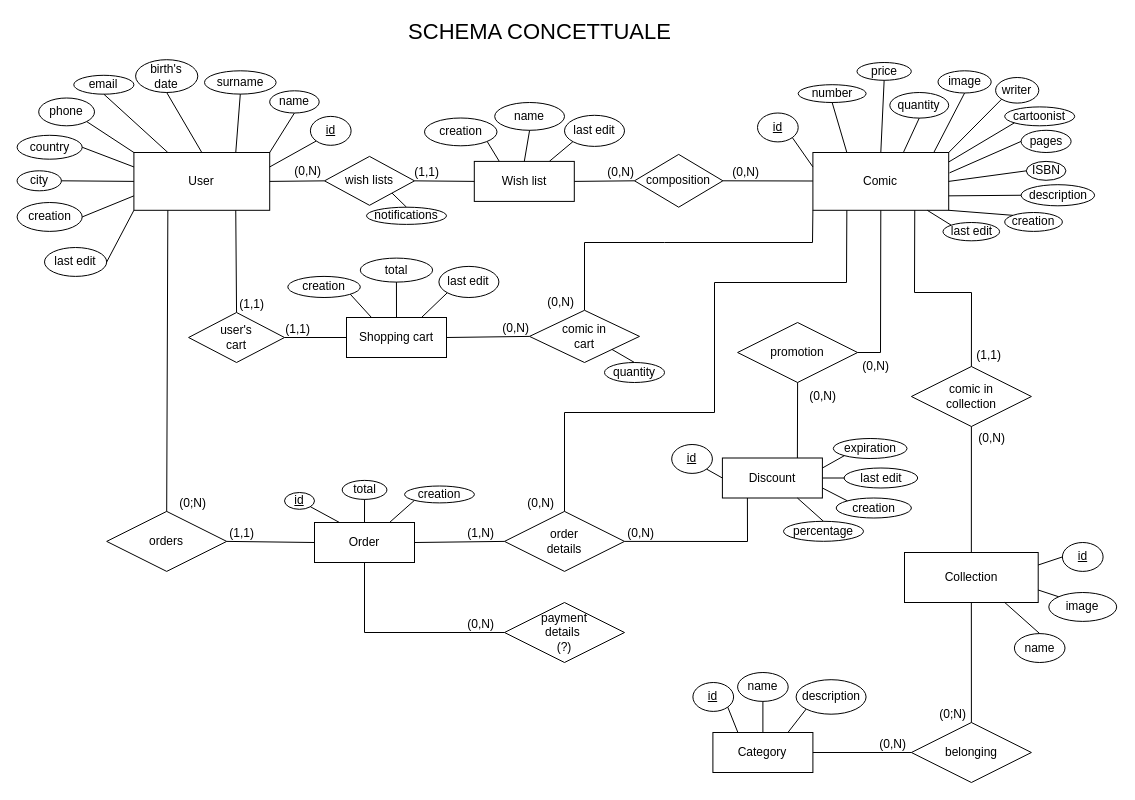
Above: doc/database/Comic_shop_ER_diagram.drawio in Enricods-i/Comics-Store-Backend (draw.io), before the change. Source tidied: cells renumbered, new cells numbered last; positions are measured from the earlier drawing's top-left corner, leaving out a move shared by most shapes. Both pictures are drawn from the tidied source at 100%, with x=0, y=0 at pixel (17, 17).
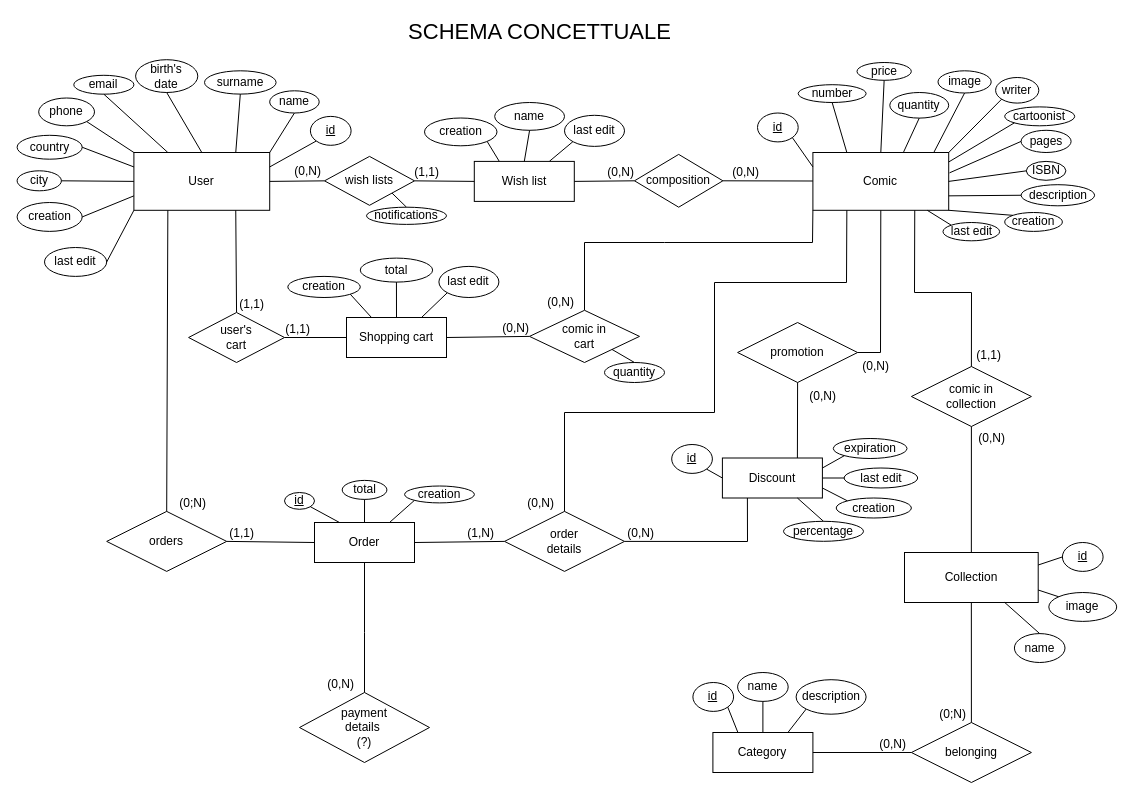
The same diagram, later.

Unchanged cells that the change refers to:
```xml
<mxCell id="82" value="Order" style="whiteSpace=wrap;html=1;align=center;" parent="1" vertex="1">
  <mxGeometry x="297" y="505" width="100" height="40" as="geometry" />
</mxCell>
```

The edit, as a diff of the source:
```diff
@@
     <mxCell id="99" value="payment&lt;br&gt;details&amp;nbsp;&lt;br&gt;(?)" style="shape=rhombus;perimeter=rhombusPerimeter;whiteSpace=wrap;html=1;align=center;" parent="1" vertex="1">
-      <mxGeometry x="487" y="585" width="120" height="60" as="geometry" />
+      <mxGeometry x="282" y="675" width="130" height="70" as="geometry" />
     </mxCell>
-    <mxCell id="100" style="endArrow=none;html=1;rounded=0;exitX=0.5;exitY=1;exitDx=0;exitDy=0;entryX=0;entryY=0.5;entryDx=0;entryDy=0;" parent="1" edge="1" source="82" target="99">
+    <mxCell id="100" style="endArrow=none;html=1;rounded=0;exitX=0.5;exitY=1;exitDx=0;exitDy=0;entryX=0.5;entryY=0;entryDx=0;entryDy=0;" parent="1" edge="1" source="82" target="99">
       <mxGeometry relative="1" as="geometry">
         <Array as="points">
           <mxPoint x="347" y="615" />
         </Array>
       </mxGeometry>
     </mxCell>
```
